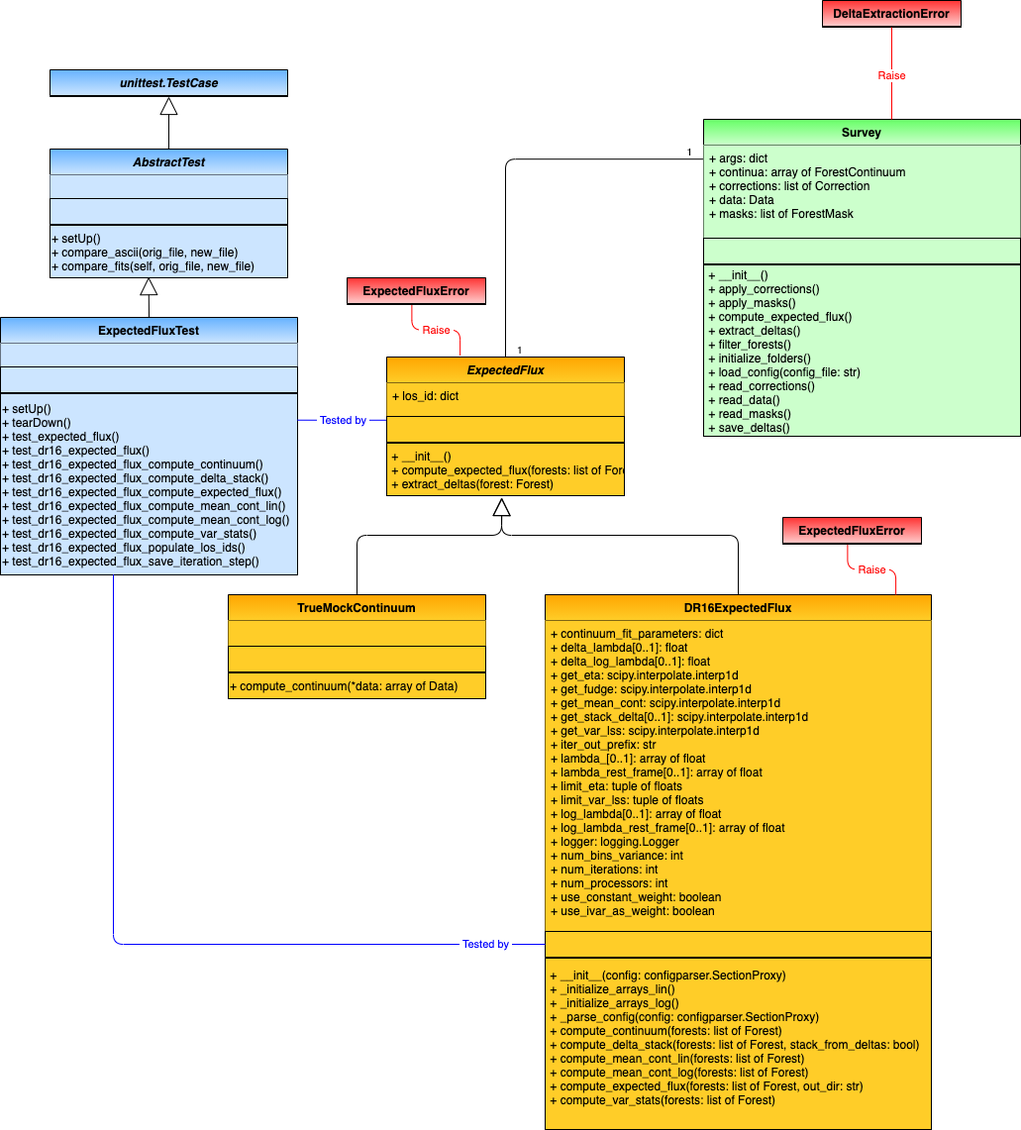
igmhub/picca keeps this draw.io diagram as py/picca/delta_extraction/docs/data_model/data_model-ExpectedFlux.png. Above is the earlier version. Source tidied: cells renumbered, new cells last; positions are measured from the earlier drawing's top-left corner, leaving out a move shared by most shapes.
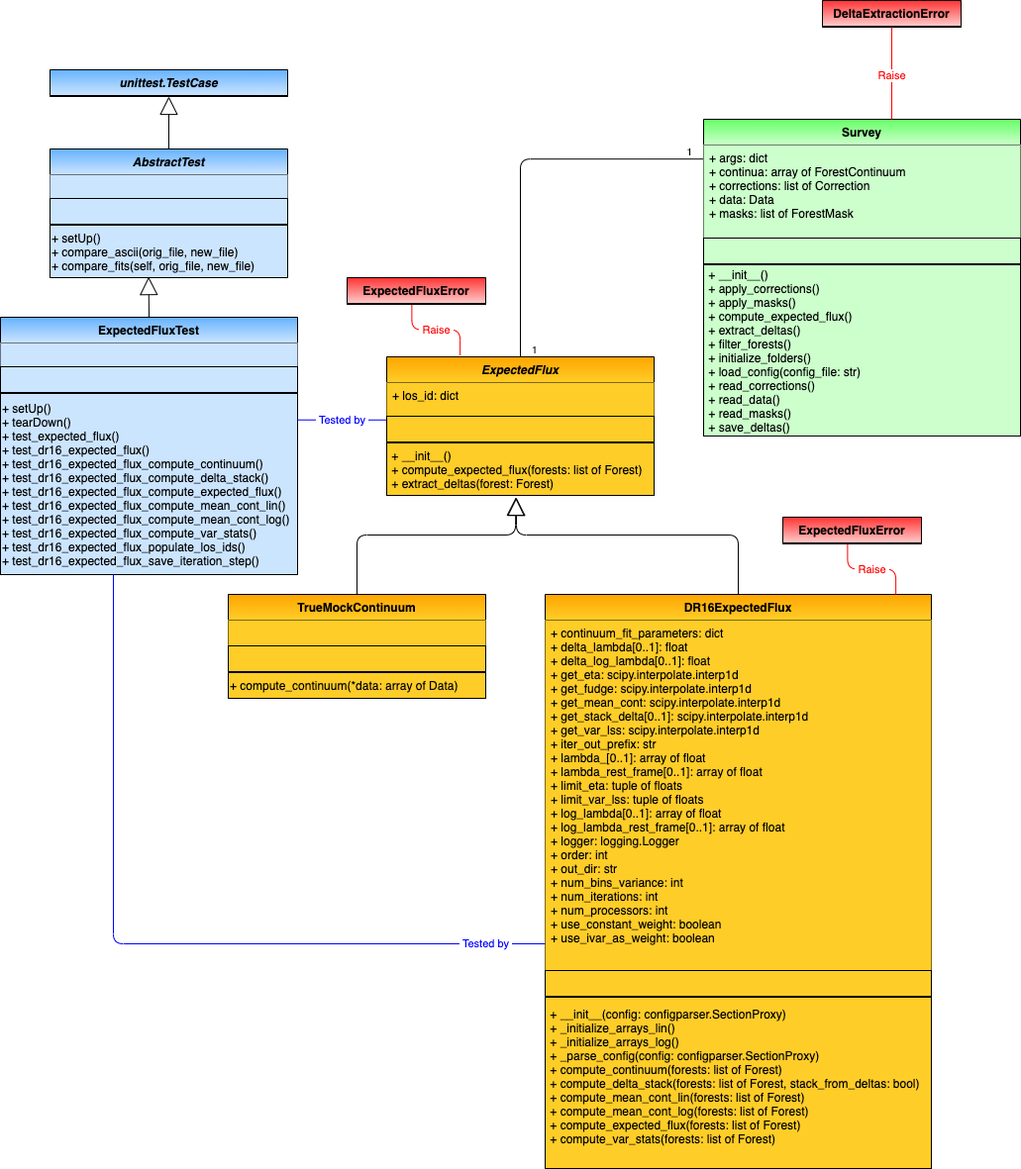
The same file after the commit.

Diff of the diagram source:
```diff
@@ -31,19 +31,19 @@
       <mxGeometry y="147" width="320" height="173" as="geometry" />
     </mxCell>
     <mxCell id="10" value="ExpectedFlux" style="swimlane;fontStyle=3;horizontal=1;startSize=26;fillColor=#ffcd28;swimlaneFillColor=#ffffff;rounded=0;shadow=0;glass=0;comic=0;strokeColor=#000000;gradientColor=#ffa500;swimlaneLine=1;gradientDirection=north;" parent="1" vertex="1">
-      <mxGeometry x="390" y="360" width="240" height="140" as="geometry" />
+      <mxGeometry x="390" y="360" width="270" height="140" as="geometry" />
     </mxCell>
     <mxCell id="11" value="+ los_id: dict" style="text;strokeColor=none;fillColor=#ffcd28;align=left;verticalAlign=top;spacingLeft=4;spacingRight=4;overflow=hidden;gradientColor=none;" parent="10" vertex="1">
-      <mxGeometry y="26" width="240" height="34" as="geometry" />
+      <mxGeometry y="26" width="270" height="34" as="geometry" />
     </mxCell>
     <mxCell id="12" style="text;strokeColor=#000000;fillColor=#ffcd28;align=left;verticalAlign=middle;overflow=hidden;points=[[0,0.5],[1,0.5]];portConstraint=eastwest;rounded=0;shadow=0;glass=0;comic=0;fontStyle=0;gradientColor=none;swimlaneFillColor=#ffffff;gradientDirection=north;startSize=26;" parent="10" vertex="1">
-      <mxGeometry y="60" width="240" height="26" as="geometry" />
+      <mxGeometry y="60" width="270" height="26" as="geometry" />
     </mxCell>
     <mxCell id="13" style="line;strokeWidth=1;fillColor=none;align=left;verticalAlign=middle;spacingTop=-1;spacingLeft=3;spacingRight=3;labelPosition=right;rounded=0;shadow=0;glass=0;comic=0;" parent="10" vertex="1">
-      <mxGeometry y="86" width="240" height="1" as="geometry" />
+      <mxGeometry y="86" width="270" height="1" as="geometry" />
     </mxCell>
     <mxCell id="14" value=" + __init__()&#10; + compute_expected_flux(forests: list of Forest)&#10; + extract_deltas(forest: Forest)" style="text;strokeColor=#000000;fillColor=#ffcd28;align=left;verticalAlign=middle;overflow=hidden;points=[[0,0.5],[1,0.5]];portConstraint=eastwest;rounded=0;shadow=0;glass=0;comic=0;fontStyle=0;gradientColor=none;swimlaneFillColor=#ffffff;gradientDirection=north;startSize=26;" parent="10" vertex="1">
-      <mxGeometry y="87" width="240" height="53" as="geometry" />
+      <mxGeometry y="87" width="270" height="53" as="geometry" />
     </mxCell>
     <mxCell id="15" value="ExpectedFluxTest" style="swimlane;fontStyle=1;horizontal=1;startSize=26;swimlaneFillColor=#ffffff;rounded=0;shadow=0;glass=0;comic=0;strokeColor=#000000;swimlaneLine=1;gradientDirection=north;gradientColor=#66B2FF;fillColor=#CCE5FF;" parent="1" vertex="1">
       <mxGeometry y="320" width="300" height="260" as="geometry" />
@@ -90,24 +90,24 @@
       <mxGeometry relative="1" as="geometry">
         <Array as="points">
           <mxPoint x="745" y="540" />
-          <mxPoint x="506" y="540" />
+          <mxPoint x="521" y="540" />
         </Array>
       </mxGeometry>
     </mxCell>
     <mxCell id="29" value="DR16ExpectedFlux" style="swimlane;fontStyle=1;horizontal=1;startSize=26;fillColor=#ffcd28;swimlaneFillColor=#ffffff;rounded=0;shadow=0;glass=0;comic=0;strokeColor=#000000;gradientColor=#ffa500;swimlaneLine=1;gradientDirection=north;" parent="1" vertex="1">
-      <mxGeometry x="550" y="600" width="390" height="540" as="geometry" />
+      <mxGeometry x="550" y="600" width="390" height="580" as="geometry" />
     </mxCell>
-    <mxCell id="30" value="+ continuum_fit_parameters: dict&#10;+ delta_lambda[0..1]: float&#10;+ delta_log_lambda[0..1]: float&#10;+ get_eta: scipy.interpolate.interp1d&#10;+ get_fudge: scipy.interpolate.interp1d&#10;+ get_mean_cont: scipy.interpolate.interp1d&#10;+ get_stack_delta[0..1]: scipy.interpolate.interp1d &#10;+ get_var_lss: scipy.interpolate.interp1d&#10;+ iter_out_prefix: str&#10;+ lambda_[0..1]: array of float&#10;+ lambda_rest_frame[0..1]: array of float&#10;+ limit_eta: tuple of floats&#10;+ limit_var_lss: tuple of floats&#10;+ log_lambda[0..1]: array of float&#10;+ log_lambda_rest_frame[0..1]: array of float&#10;+ logger: logging.Logger&#10;+ num_bins_variance: int&#10;+ num_iterations: int&#10;+ num_processors: int&#10;+ use_constant_weight: boolean&#10;+ use_ivar_as_weight: boolean&#10;" style="text;strokeColor=none;fillColor=#ffcd28;align=left;verticalAlign=top;spacingLeft=4;spacingRight=4;overflow=hidden;points=[[0,0.5],[1,0.5]];portConstraint=eastwest;gradientColor=none;" parent="29" vertex="1">
-      <mxGeometry y="26" width="390" height="314" as="geometry" />
+    <mxCell id="30" value="+ continuum_fit_parameters: dict&#10;+ delta_lambda[0..1]: float&#10;+ delta_log_lambda[0..1]: float&#10;+ get_eta: scipy.interpolate.interp1d&#10;+ get_fudge: scipy.interpolate.interp1d&#10;+ get_mean_cont: scipy.interpolate.interp1d&#10;+ get_stack_delta[0..1]: scipy.interpolate.interp1d &#10;+ get_var_lss: scipy.interpolate.interp1d&#10;+ iter_out_prefix: str&#10;+ lambda_[0..1]: array of float&#10;+ lambda_rest_frame[0..1]: array of float&#10;+ limit_eta: tuple of floats&#10;+ limit_var_lss: tuple of floats&#10;+ log_lambda[0..1]: array of float&#10;+ log_lambda_rest_frame[0..1]: array of float&#10;+ logger: logging.Logger&#10;+ order: int&#10;+ out_dir: str&#10;+ num_bins_variance: int&#10;+ num_iterations: int&#10;+ num_processors: int&#10;+ use_constant_weight: boolean&#10;+ use_ivar_as_weight: boolean&#10;" style="text;strokeColor=none;fillColor=#ffcd28;align=left;verticalAlign=top;spacingLeft=4;spacingRight=4;overflow=hidden;points=[[0,0.5],[1,0.5]];portConstraint=eastwest;gradientColor=none;" parent="29" vertex="1">
+      <mxGeometry y="26" width="390" height="354" as="geometry" />
     </mxCell>
     <mxCell id="31" style="text;strokeColor=#000000;fillColor=#ffcd28;align=left;verticalAlign=middle;overflow=hidden;points=[[0,0.5],[1,0.5]];portConstraint=eastwest;rounded=0;shadow=0;glass=0;comic=0;fontStyle=0;gradientColor=none;swimlaneFillColor=#ffffff;gradientDirection=north;startSize=26;" parent="29" vertex="1">
-      <mxGeometry y="340" width="390" height="26" as="geometry" />
+      <mxGeometry y="380" width="390" height="26" as="geometry" />
     </mxCell>
     <mxCell id="32" style="line;strokeWidth=1;fillColor=none;align=left;verticalAlign=middle;spacingTop=-1;spacingLeft=3;spacingRight=3;labelPosition=right;rounded=0;shadow=0;glass=0;comic=0;" parent="29" vertex="1">
-      <mxGeometry y="366" width="390" height="1" as="geometry" />
+      <mxGeometry y="406" width="390" height="1" as="geometry" />
     </mxCell>
-    <mxCell id="33" value=" + __init__(config: configparser.SectionProxy)&#10; + _initialize_arrays_lin()&#10; + _initialize_arrays_log()&#10; + _parse_config(config: configparser.SectionProxy)&#10; + compute_continuum(forests: list of Forest)&#10; + compute_delta_stack(forests: list of Forest, stack_from_deltas: bool)&#10; + compute_mean_cont_lin(forests: list of Forest)&#10; + compute_mean_cont_log(forests: list of Forest)&#10; + compute_expected_flux(forests: list of Forest, out_dir: str)&#10; + compute_var_stats(forests: list of Forest)&#10;" style="text;strokeColor=#000000;fillColor=#ffcd28;align=left;verticalAlign=middle;overflow=hidden;rounded=0;shadow=0;glass=0;comic=0;fontStyle=0;gradientColor=none;swimlaneFillColor=#ffffff;gradientDirection=north;startSize=26;" parent="29" vertex="1">
-      <mxGeometry y="367" width="390" height="173" as="geometry" />
+    <mxCell id="33" value=" + __init__(config: configparser.SectionProxy)&#10; + _initialize_arrays_lin()&#10; + _initialize_arrays_log()&#10; + _parse_config(config: configparser.SectionProxy)&#10; + compute_continuum(forests: list of Forest)&#10; + compute_delta_stack(forests: list of Forest, stack_from_deltas: bool)&#10; + compute_mean_cont_lin(forests: list of Forest)&#10; + compute_mean_cont_log(forests: list of Forest)&#10; + compute_expected_flux(forests: list of Forest)&#10; + compute_var_stats(forests: list of Forest)&#10;" style="text;strokeColor=#000000;fillColor=#ffcd28;align=left;verticalAlign=middle;overflow=hidden;rounded=0;shadow=0;glass=0;comic=0;fontStyle=0;gradientColor=none;swimlaneFillColor=#ffffff;gradientDirection=north;startSize=26;" parent="29" vertex="1">
+      <mxGeometry y="407" width="390" height="173" as="geometry" />
     </mxCell>
     <mxCell id="34" value="TrueMockContinuum" style="swimlane;fontStyle=1;horizontal=1;startSize=26;fillColor=#ffcd28;swimlaneFillColor=#ffffff;rounded=0;shadow=0;glass=0;comic=0;strokeColor=#000000;gradientColor=#ffa500;swimlaneLine=1;gradientDirection=north;" parent="1" vertex="1">
       <mxGeometry x="230" y="600" width="260" height="105" as="geometry" />
@@ -128,7 +128,7 @@
       <mxGeometry relative="1" as="geometry">
         <Array as="points">
           <mxPoint x="360" y="540" />
-          <mxPoint x="506" y="540" />
+          <mxPoint x="520" y="540" />
         </Array>
       </mxGeometry>
     </mxCell>
@@ -173,7 +173,7 @@
     <mxCell id="50" style="endArrow=block;endSize=16;endFill=0;html=1;exitX=0.5;exitY=0;exitDx=0;exitDy=0;entryX=0.5;entryY=1;entryDx=0;entryDy=0;" parent="1" edge="1" source="22" target="48">
       <mxGeometry relative="1" as="geometry" />
     </mxCell>
-    <mxCell id="51" value="&lt;font color=&quot;#0000ff&quot;&gt;&amp;nbsp;Tested by&amp;nbsp;&lt;/font&gt;" style="endArrow=none;html=1;edgeStyle=orthogonalEdgeStyle;strokeColor=#0000FF;entryX=0.38;entryY=0.998;entryDx=0;entryDy=0;entryPerimeter=0;exitX=0;exitY=0.5;exitDx=0;exitDy=0;" parent="1" edge="1" source="31" target="19">
+    <mxCell id="51" value="&lt;font color=&quot;#0000ff&quot;&gt;&amp;nbsp;Tested by&amp;nbsp;&lt;/font&gt;" style="endArrow=none;html=1;edgeStyle=orthogonalEdgeStyle;strokeColor=#0000FF;entryX=0.38;entryY=0.998;entryDx=0;entryDy=0;entryPerimeter=0;" parent="1" edge="1" source="30" target="19">
       <mxGeometry x="-0.85" relative="1" as="geometry">
         <Array as="points">
           <mxPoint x="114" y="953" />
```
